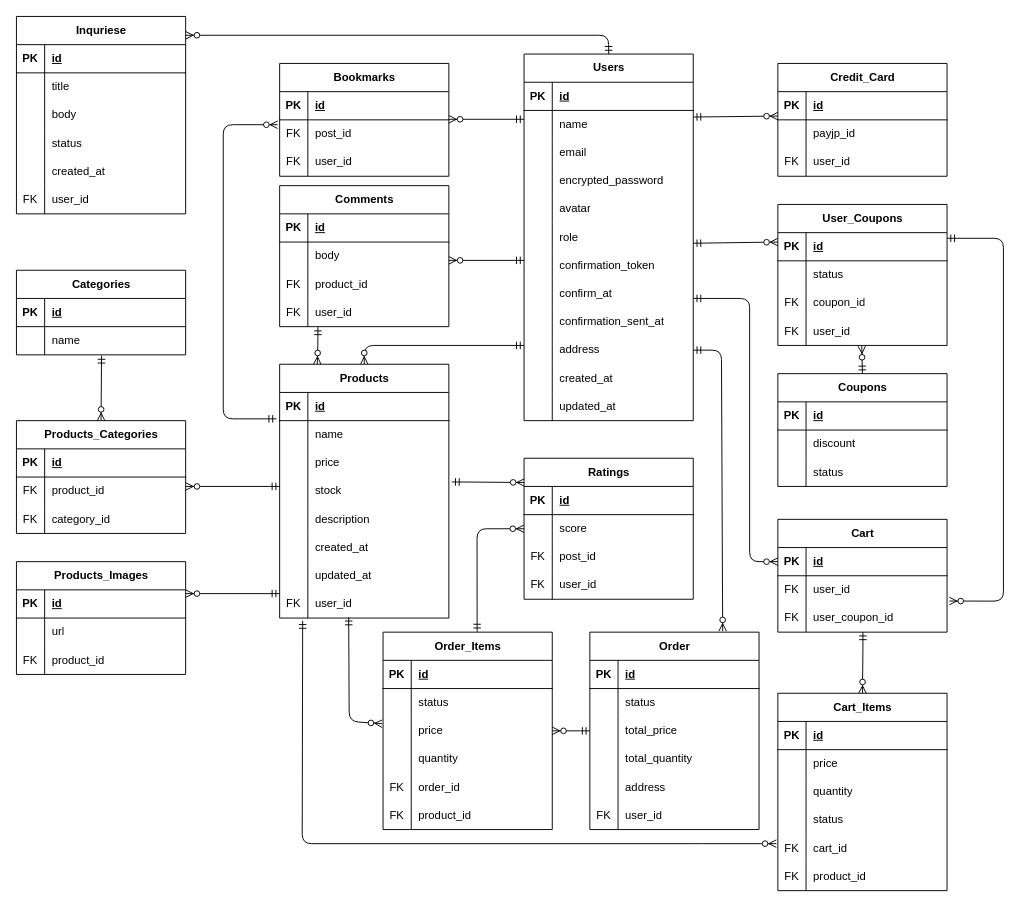
The draw.io diagram backend/database_model_er.dio in abe-yusuke-6706/enviroment-to-try, before the edit. Source tidied: cells renumbered, new cells numbered last; positions are measured from the earlier drawing's top-left corner, leaving out a move shared by most shapes. Both pictures are drawn from the tidied source at 94%, with x=0, y=0 at pixel (16, 16).
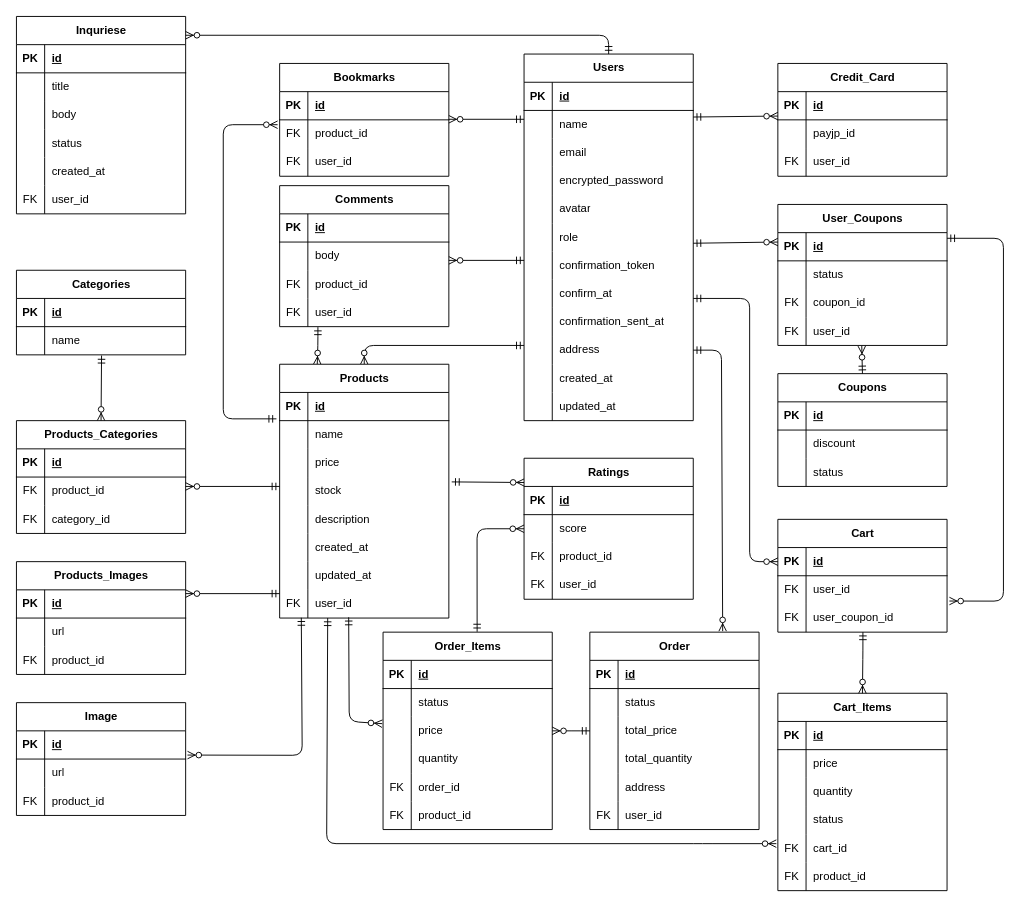
The same page after the edit.

Unchanged cells that the change refers to:
```xml
<mxCell id="43" style="shape=tableRow;horizontal=0;startSize=0;swimlaneHead=0;swimlaneBody=0;fillColor=none;points=[[0,0.5],[1,0.5]];portConstraint=eastwest;top=0;left=0;right=0;bottom=0;" parent="39" vertex="1">
  <mxGeometry y="60" width="180" height="30" as="geometry" />
</mxCell>
<mxCell id="97" style="shape=tableRow;horizontal=0;startSize=0;swimlaneHead=0;swimlaneBody=0;fillColor=none;points=[[0,0.5],[1,0.5]];portConstraint=eastwest;top=0;left=0;right=0;bottom=0;" parent="75" vertex="1">
  <mxGeometry y="240" width="180" height="30" as="geometry" />
</mxCell>
<mxCell id="212" style="shape=tableRow;horizontal=0;startSize=0;swimlaneHead=0;swimlaneBody=0;fillColor=none;points=[[0,0.5],[1,0.5]];portConstraint=eastwest;top=0;left=0;right=0;bottom=0;" parent="199" vertex="1">
  <mxGeometry y="150" width="180" height="30" as="geometry" />
</mxCell>
<mxCell id="247" style="shape=tableRow;horizontal=0;startSize=0;swimlaneHead=0;swimlaneBody=0;fillColor=none;top=0;left=0;right=0;bottom=0;" parent="240" vertex="1">
  <mxGeometry y="90" width="180" height="30" as="geometry" />
</mxCell>
```

Change to the diagram source:
```diff
@@
-    <mxCell id="45" value="post_id" style="shape=partialRectangle;fillColor=none;top=0;left=0;bottom=0;right=0;align=left;spacingLeft=6;overflow=hidden;whiteSpace=wrap;html=1;" parent="43" vertex="1">
+    <mxCell id="45" value="&lt;span style=&quot;color: rgb(0, 0, 0);&quot;&gt;product_id&lt;/span&gt;" style="shape=partialRectangle;fillColor=none;top=0;left=0;bottom=0;right=0;align=left;spacingLeft=6;overflow=hidden;whiteSpace=wrap;html=1;" parent="43" vertex="1">
       <mxGeometry x="30" width="150" height="30" as="geometry" />
     </mxCell>
@@
-    <mxCell id="197" style="fontSize=12;html=1;endArrow=ERzeroToMany;startArrow=ERmandOne;elbow=vertical;exitX=0.136;exitY=1.098;exitDx=0;exitDy=0;exitPerimeter=0;entryX=-0.009;entryY=0.333;entryDx=0;entryDy=0;entryPerimeter=0;" parent="1" edge="1" source="97" target="212">
+    <mxCell id="197" style="fontSize=12;html=1;endArrow=ERzeroToMany;startArrow=ERmandOne;elbow=vertical;entryX=-0.009;entryY=0.333;entryDx=0;entryDy=0;entryPerimeter=0;exitX=0.284;exitY=1;exitDx=0;exitDy=0;exitPerimeter=0;" parent="1" edge="1" source="97" target="212">
       <mxGeometry relative="1" as="geometry">
         <Array as="points">
-          <mxPoint x="304" y="880" />
+          <mxPoint x="330" y="880" />
           <mxPoint x="730" y="880" />
         </Array>
       </mxGeometry>
     </mxCell>
@@
-    <mxCell id="249" value="post_id" style="shape=partialRectangle;fillColor=none;top=0;left=0;bottom=0;right=0;align=left;spacingLeft=6;overflow=hidden;whiteSpace=wrap;html=1;" parent="247" vertex="1">
+    <mxCell id="249" value="&lt;span style=&quot;color: rgb(0, 0, 0);&quot;&gt;product_id&lt;/span&gt;" style="shape=partialRectangle;fillColor=none;top=0;left=0;bottom=0;right=0;align=left;spacingLeft=6;overflow=hidden;whiteSpace=wrap;html=1;" parent="247" vertex="1">
       <mxGeometry x="30" width="150" height="30" as="geometry" />
     </mxCell>
@@
+    <mxCell id="267" value="Image" style="shape=table;startSize=30;childLayout=tableLayout;rowLines=0;fontStyle=1;align=center;html=1;" parent="1" vertex="1">
+      <mxGeometry y="730" width="180" height="120" as="geometry" />
+    </mxCell>
+    <mxCell id="268" style="shape=tableRow;horizontal=0;startSize=0;swimlaneHead=0;swimlaneBody=0;fillColor=none;top=0;left=0;right=0;bottom=1;" parent="267" vertex="1">
+      <mxGeometry y="30" width="180" height="30" as="geometry" />
+    </mxCell>
+    <mxCell id="269" value="PK" style="shape=partialRectangle;fillColor=none;top=0;left=0;bottom=0;right=0;fontStyle=1;overflow=hidden;whiteSpace=wrap;html=1;" parent="268" vertex="1">
+      <mxGeometry width="30" height="30" as="geometry" />
+    </mxCell>
+    <mxCell id="270" value="id" style="shape=partialRectangle;fillColor=none;top=0;left=0;bottom=0;right=0;align=left;spacingLeft=6;fontStyle=5;overflow=hidden;whiteSpace=wrap;html=1;" parent="268" vertex="1">
+      <mxGeometry x="30" width="150" height="30" as="geometry" />
+    </mxCell>
+    <mxCell id="271" style="shape=tableRow;horizontal=0;startSize=0;swimlaneHead=0;swimlaneBody=0;fillColor=none;points=[[0,0.5],[1,0.5]];portConstraint=eastwest;top=0;left=0;right=0;bottom=0;" parent="267" vertex="1">
+      <mxGeometry y="60" width="180" height="30" as="geometry" />
+    </mxCell>
+    <mxCell id="272" style="shape=partialRectangle;fillColor=none;top=0;left=0;bottom=0;right=0;overflow=hidden;whiteSpace=wrap;html=1;" parent="271" vertex="1">
+      <mxGeometry width="30" height="30" as="geometry" />
+    </mxCell>
+    <mxCell id="273" value="url" style="shape=partialRectangle;fillColor=none;top=0;left=0;bottom=0;right=0;align=left;spacingLeft=6;overflow=hidden;whiteSpace=wrap;html=1;" parent="271" vertex="1">
+      <mxGeometry x="30" width="150" height="30" as="geometry" />
+    </mxCell>
+    <mxCell id="274" style="shape=tableRow;horizontal=0;startSize=0;swimlaneHead=0;swimlaneBody=0;fillColor=none;top=0;left=0;right=0;bottom=0;" parent="267" vertex="1">
+      <mxGeometry y="90" width="180" height="30" as="geometry" />
+    </mxCell>
+    <mxCell id="275" value="FK" style="shape=partialRectangle;fillColor=none;top=0;left=0;bottom=0;right=0;overflow=hidden;whiteSpace=wrap;html=1;" parent="274" vertex="1">
+      <mxGeometry width="30" height="30" as="geometry" />
+    </mxCell>
+    <mxCell id="276" value="&lt;span style=&quot;color: rgb(0, 0, 0);&quot;&gt;product_id&lt;/span&gt;" style="shape=partialRectangle;fillColor=none;top=0;left=0;bottom=0;right=0;align=left;spacingLeft=6;overflow=hidden;whiteSpace=wrap;html=1;" parent="274" vertex="1">
+      <mxGeometry x="30" width="150" height="30" as="geometry" />
+    </mxCell>
+    <mxCell id="277" style="fontSize=12;html=1;endArrow=ERzeroToMany;startArrow=ERmandOne;elbow=vertical;exitX=0.128;exitY=0.989;exitDx=0;exitDy=0;exitPerimeter=0;entryX=1.011;entryY=-0.141;entryDx=0;entryDy=0;entryPerimeter=0;" parent="1" edge="1" source="97" target="271">
+      <mxGeometry relative="1" as="geometry">
+        <Array as="points">
+          <mxPoint x="304" y="786" />
+        </Array>
+      </mxGeometry>
+    </mxCell>
```
